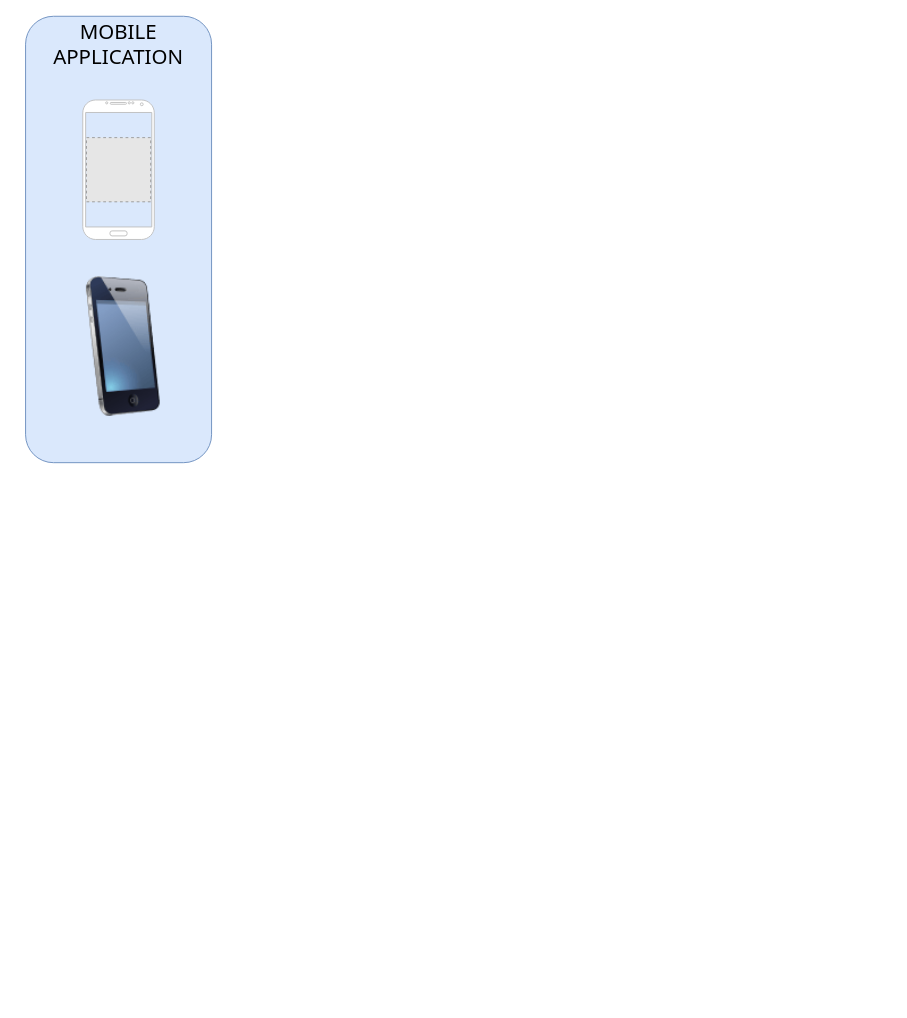
The draw.io diagram Diagramme sans nom.drawio in AaronActu/square, before the edit. Source tidied: cells renumbered, new cells numbered last; positions are measured from the earlier drawing's top-left corner, leaving out a move shared by most shapes. Both pictures are drawn from the tidied source at 93%, with x=0, y=0 at pixel (25, 16). Pictures stored in the file or linked from it are replaced by grey dashed boxes.
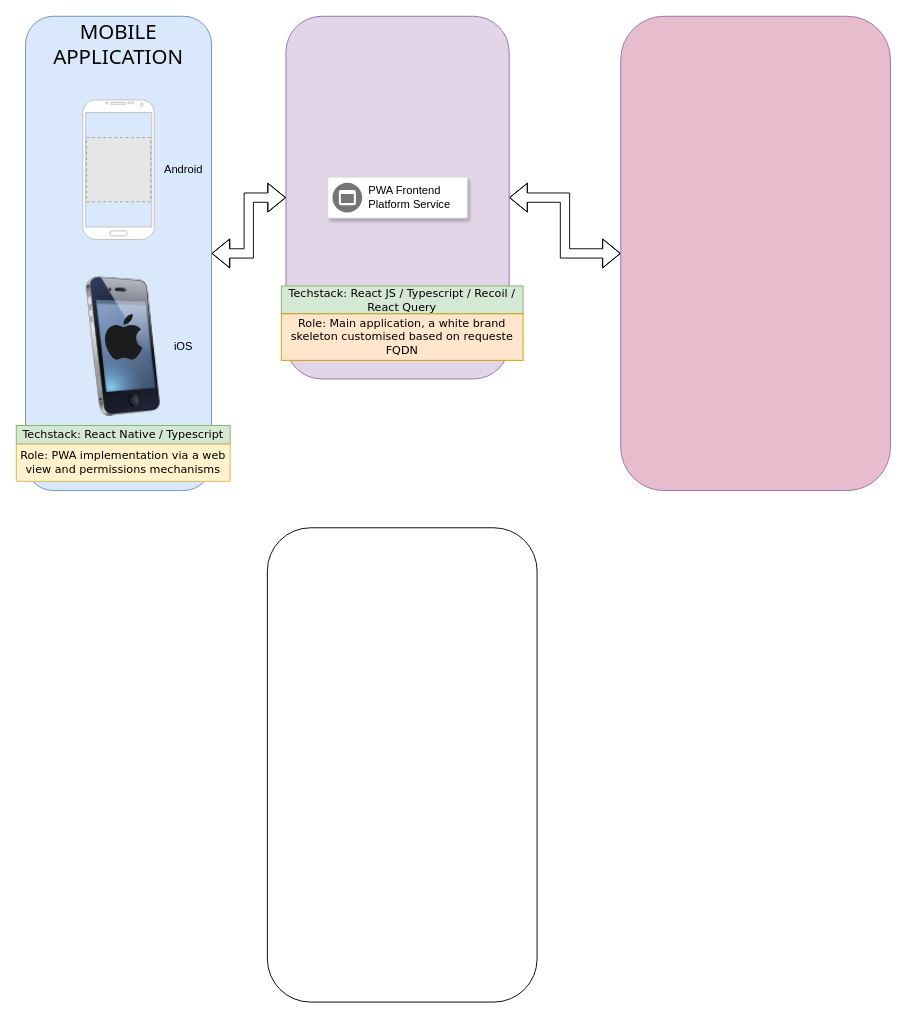
The same page after the edit.

The edit, as a diff of the source:
```diff
@@
     <mxCell id="2" style="group;" parent="1" vertex="1">
-      <mxGeometry width="200" height="480" as="geometry" />
+      <mxGeometry width="220" height="510" as="geometry" />
     </mxCell>
     <mxCell id="3" style="group;" parent="2" vertex="1">
-      <mxGeometry width="200" height="480" as="geometry" />
+      <mxGeometry width="220" height="510" as="geometry" />
     </mxCell>
     <mxCell id="4" style="rounded=1;whiteSpace=wrap;html=1;fillColor=#dae8fc;strokeColor=#6c8ebf;" parent="3" vertex="1">
-      <mxGeometry width="200" height="480" as="geometry" />
+      <mxGeometry width="200" height="510" as="geometry" />
     </mxCell>
@@
+    <mxCell id="10" style="dashed=0;html=1;align=center;labelPosition=center;verticalLabelPosition=bottom;verticalAlign=top;shape=mxgraph.weblogos.apple;fillColor=#1B1C1C;strokeColor=none;" parent="3" vertex="1">
+      <mxGeometry x="84.5" y="320" width="40.9" height="50" as="geometry" />
+    </mxCell>
+    <mxCell id="11" value="&lt;div&gt;Techstack: React Native / Typescript&lt;br&gt;&lt;/div&gt;" style="rounded=0;whiteSpace=wrap;html=1;fontFamily=Verdana;fillColor=#d5e8d4;strokeColor=#82b366;" parent="3" vertex="1">
+      <mxGeometry x="-10" y="440" width="230" height="20" as="geometry" />
+    </mxCell>
+    <mxCell id="12" value="&lt;div&gt;Role: PWA implementation via a web view and permissions mechanisms&lt;br&gt;&lt;/div&gt;" style="rounded=0;whiteSpace=wrap;html=1;fontFamily=Verdana;fillColor=#fff2cc;strokeColor=#d6b656;" parent="3" vertex="1">
+      <mxGeometry x="-10" y="460" width="230" height="40" as="geometry" />
+    </mxCell>
+    <mxCell id="13" value="iOS" style="text;strokeColor=none;align=center;fillColor=none;html=1;verticalAlign=middle;whiteSpace=wrap;rounded=0;" parent="3" vertex="1">
+      <mxGeometry x="140" y="340" width="60" height="30" as="geometry" />
+    </mxCell>
+    <mxCell id="14" value="Android" style="text;strokeColor=none;align=center;fillColor=none;html=1;verticalAlign=middle;whiteSpace=wrap;rounded=0;" parent="3" vertex="1">
+      <mxGeometry x="140" y="150" width="60" height="30" as="geometry" />
+    </mxCell>
@@
+    <mxCell id="15" style="edgeStyle=orthogonalEdgeStyle;rounded=0;jettySize=auto;html=1;exitX=1;exitY=0.5;exitDx=0;exitDy=0;startArrow=classic;startFill=1;shape=flexArrow;" parent="1" edge="1" source="16" target="17">
+      <mxGeometry relative="1" as="geometry" />
+    </mxCell>
+    <mxCell id="16" style="rounded=1;whiteSpace=wrap;html=1;arcSize=16;fillColor=#e1d5e7;strokeColor=#9673a6;" parent="1" vertex="1">
+      <mxGeometry x="280" width="240" height="390" as="geometry" />
+    </mxCell>
+    <mxCell id="17" style="rounded=1;whiteSpace=wrap;html=1;arcSize=16;fillColor=#E7BDCE;strokeColor=#9673a6;" parent="1" vertex="1">
+      <mxGeometry x="640" width="290" height="510" as="geometry" />
+    </mxCell>
+    <mxCell id="18" style="rounded=1;whiteSpace=wrap;html=1;arcSize=16;" parent="1" vertex="1">
+      <mxGeometry x="260" y="550" width="290" height="510" as="geometry" />
+    </mxCell>
+    <mxCell id="19" style="edgeStyle=orthogonalEdgeStyle;rounded=0;jettySize=auto;html=1;entryX=0;entryY=0.5;entryDx=0;entryDy=0;strokeWidth=1;endArrow=block;endFill=0;startArrow=block;startFill=0;shape=flexArrow;" parent="1" edge="1" source="4" target="16">
+      <mxGeometry relative="1" as="geometry" />
+    </mxCell>
+    <mxCell id="20" style="strokeColor=#dddddd;shadow=1;strokeWidth=1;rounded=1;absoluteArcSize=1;arcSize=2;glass=0;" parent="1" vertex="1">
+      <mxGeometry x="325" y="173" width="150" height="44" as="geometry" />
+    </mxCell>
+    <mxCell id="21" value="PWA Frontend&lt;br&gt;Platform Service" style="sketch=0;dashed=0;html=1;fillColor=#757575;strokeColor=none;shape=mxgraph.gcp2.frontend_platform_services;labelPosition=right;verticalLabelPosition=middle;align=left;verticalAlign=middle;spacingLeft=5;fontSize=12;" parent="20" vertex="1">
+      <mxGeometry y="0.5" width="32" height="32" relative="1" as="geometry">
+        <mxPoint x="5" y="-16" as="offset" />
+      </mxGeometry>
+    </mxCell>
+    <mxCell id="22" value="&lt;div&gt;Techstack: React JS / Typescript / Recoil / React Query&lt;br&gt;&lt;/div&gt;" style="rounded=0;whiteSpace=wrap;html=1;fontFamily=Verdana;fillColor=#d5e8d4;strokeColor=#82b366;" parent="1" vertex="1">
+      <mxGeometry x="275" y="290" width="260" height="30" as="geometry" />
+    </mxCell>
+    <mxCell id="23" value="&lt;div&gt;Role: Main application, a white brand skeleton customised based on requeste FQDN&lt;br&gt;&lt;/div&gt;" style="rounded=0;whiteSpace=wrap;html=1;fontFamily=Verdana;fillColor=#ffe6cc;strokeColor=#d79b00;" parent="1" vertex="1">
+      <mxGeometry x="275" y="320" width="260" height="50" as="geometry" />
+    </mxCell>
```
